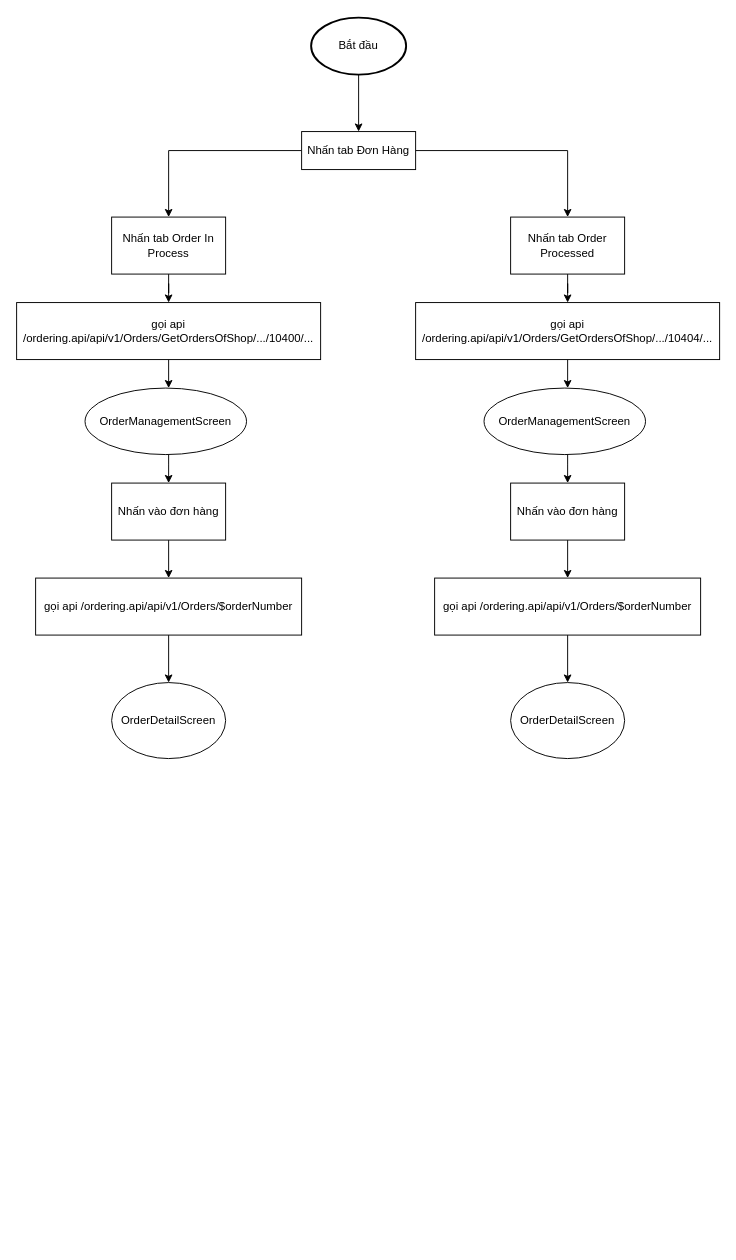
Above: OrderManagement Diagram.drawio in Alars99/diagram (draw.io), before the change. Source tidied: cells renumbered, new cells numbered last; positions are measured from the earlier drawing's top-left corner, leaving out a move shared by most shapes. Both pictures are drawn from the tidied source at 95%, with x=0, y=0 at pixel (16, 17).
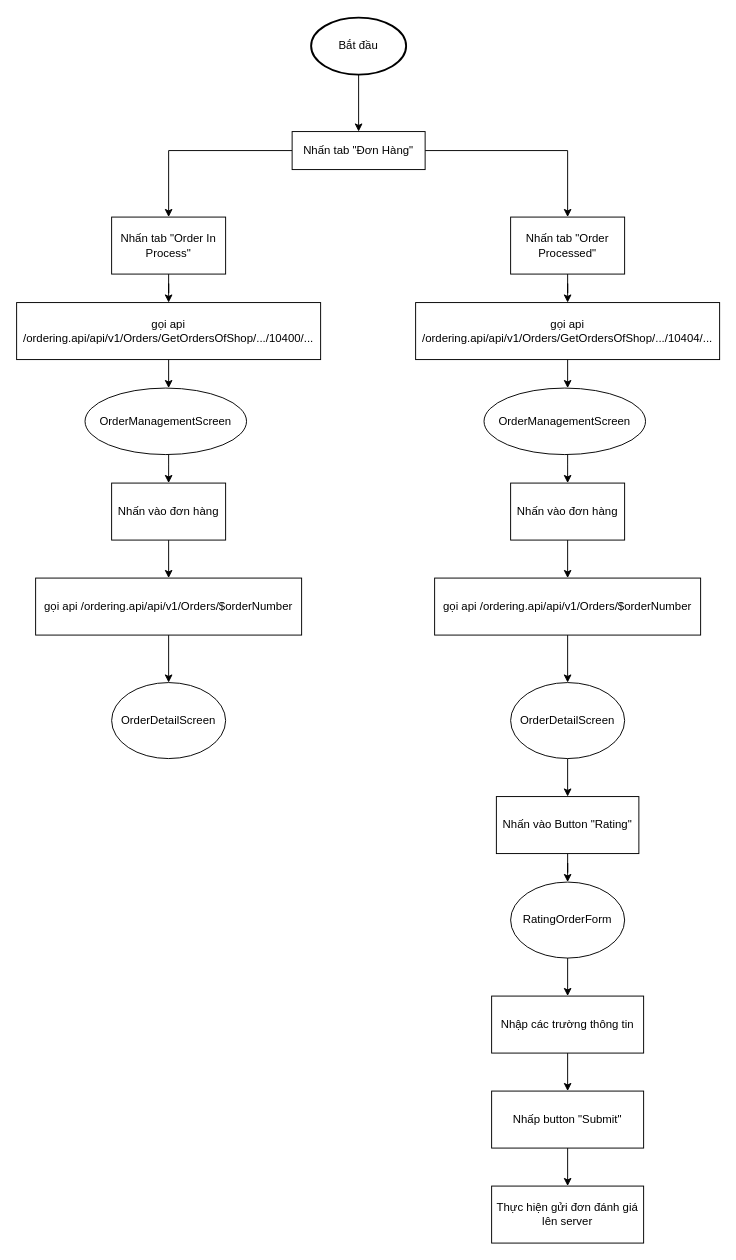
The same page after the edit.

The change refers to these unchanged cells:
```xml
<mxCell id="21" value="OrderDetailScreen" style="ellipse;whiteSpace=wrap;html=1;rounded=0;" parent="1" vertex="1">
  <mxGeometry x="520" y="700" width="120" height="80" as="geometry" />
</mxCell>
```

The edit, as a diff of the source:
```diff
@@
-    <mxCell id="4" value="Nhấn tab Đơn Hàng" style="rounded=0;whiteSpace=wrap;html=1;fontSize=12;glass=0;strokeWidth=1;shadow=0;" parent="1" vertex="1">
-      <mxGeometry x="300" y="120" width="120" height="40" as="geometry" />
+    <mxCell id="4" value="Nhấn tab &quot;Đơn Hàng&quot;" style="rounded=0;whiteSpace=wrap;html=1;fontSize=12;glass=0;strokeWidth=1;shadow=0;" parent="1" vertex="1">
+      <mxGeometry x="290" y="120" width="140" height="40" as="geometry" />
     </mxCell>
@@
-    <mxCell id="8" value="Nhấn tab Order In Process" style="rounded=0;whiteSpace=wrap;html=1;" parent="1" vertex="1">
+    <mxCell id="8" value="Nhấn tab &quot;Order In Process&quot;" style="rounded=0;whiteSpace=wrap;html=1;" parent="1" vertex="1">
       <mxGeometry x="100" y="210" width="120" height="60" as="geometry" />
     </mxCell>
@@
-    <mxCell id="18" value="Nhấn tab Order Processed" style="rounded=0;whiteSpace=wrap;html=1;" parent="1" vertex="1">
+    <mxCell id="18" value="Nhấn tab &quot;Order Processed&quot;" style="rounded=0;whiteSpace=wrap;html=1;" parent="1" vertex="1">
       <mxGeometry x="520" y="210" width="120" height="60" as="geometry" />
     </mxCell>
@@
+    <mxCell id="29" style="edgeStyle=orthogonalEdgeStyle;rounded=0;jettySize=auto;html=1;" parent="1" edge="1" source="21" target="31">
+      <mxGeometry relative="1" as="geometry" />
+    </mxCell>
@@
+    <mxCell id="30" style="edgeStyle=orthogonalEdgeStyle;rounded=0;jettySize=auto;html=1;" parent="1" edge="1" source="31" target="33">
+      <mxGeometry relative="1" as="geometry" />
+    </mxCell>
+    <mxCell id="31" value="Nhấn vào Button &quot;Rating&quot;" style="rounded=0;whiteSpace=wrap;html=1;" parent="1" vertex="1">
+      <mxGeometry x="505" y="820" width="150" height="60" as="geometry" />
+    </mxCell>
+    <mxCell id="32" style="edgeStyle=orthogonalEdgeStyle;rounded=0;jettySize=auto;html=1;" parent="1" edge="1" source="33" target="35">
+      <mxGeometry relative="1" as="geometry" />
+    </mxCell>
+    <mxCell id="33" value="RatingOrderForm" style="ellipse;whiteSpace=wrap;html=1;rounded=0;" parent="1" vertex="1">
+      <mxGeometry x="520" y="910" width="120" height="80" as="geometry" />
+    </mxCell>
+    <mxCell id="34" style="edgeStyle=orthogonalEdgeStyle;rounded=0;jettySize=auto;html=1;" parent="1" edge="1" source="35" target="37">
+      <mxGeometry relative="1" as="geometry" />
+    </mxCell>
+    <mxCell id="35" value="Nhập các trường thông tin" style="rounded=0;whiteSpace=wrap;html=1;" parent="1" vertex="1">
+      <mxGeometry x="500" y="1030" width="160" height="60" as="geometry" />
+    </mxCell>
+    <mxCell id="36" style="edgeStyle=orthogonalEdgeStyle;rounded=0;jettySize=auto;html=1;" parent="1" edge="1" source="37" target="38">
+      <mxGeometry relative="1" as="geometry" />
+    </mxCell>
+    <mxCell id="37" value="Nhấp button &quot;Submit&quot;" style="rounded=0;whiteSpace=wrap;html=1;" parent="1" vertex="1">
+      <mxGeometry x="500" y="1130" width="160" height="60" as="geometry" />
+    </mxCell>
+    <mxCell id="38" value="Thực hiện gửi đơn đánh giá lên server" style="rounded=0;whiteSpace=wrap;html=1;" parent="1" vertex="1">
+      <mxGeometry x="500" y="1230" width="160" height="60" as="geometry" />
+    </mxCell>
```
